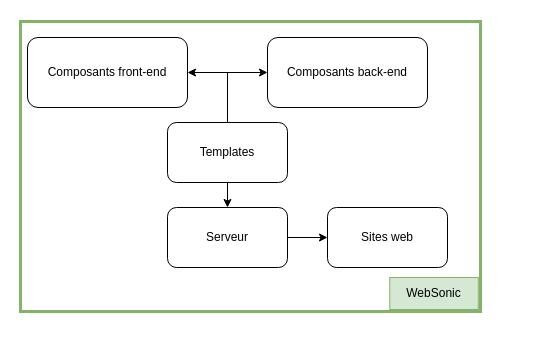
Above: WebSonic architecture base applicative.drawio in cjour/audit_logistics (draw.io), before the change. Source tidied: cells renumbered, new cells numbered last; positions are measured from the earlier drawing's top-left corner, leaving out a move shared by most shapes. Both pictures are drawn from the tidied source at 100%, with x=0, y=0 at pixel (17, 17).
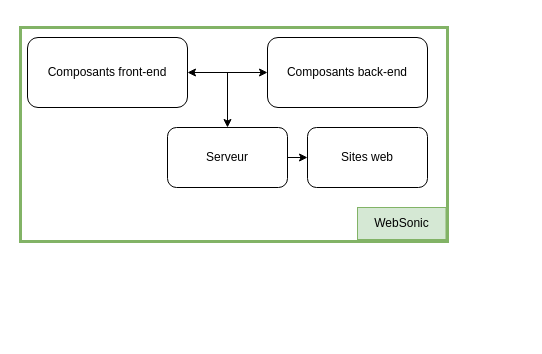
The same diagram, later.

Commit message (it also covers changes not shown here):
Mettre à jour WebSonic architecture base applicative.drawio

Change to the diagram source:
```diff
@@
 <mxGraphModel>
   <root>
     <mxCell id="0" />
     <mxCell id="1" parent="0" />
     <mxCell id="2" style="group;" parent="1" vertex="1">
       <mxGeometry width="507.2" height="320" as="geometry" />
     </mxCell>
     <mxCell id="3" style="rounded=0;whiteSpace=wrap;html=1;fillColor=none;strokeColor=#82b366;strokeWidth=3;" parent="2" vertex="1">
-      <mxGeometry x="3" y="4" width="460" height="290" as="geometry" />
+      <mxGeometry x="3" y="10" width="427" height="214" as="geometry" />
     </mxCell>
     <mxCell id="4" value="WebSonic" style="rounded=0;whiteSpace=wrap;html=1;fillColor=#d5e8d4;strokeColor=#82b366;" parent="2" vertex="1">
-      <mxGeometry x="372.3" y="260" width="88.5" height="32" as="geometry" />
+      <mxGeometry x="340" y="190" width="88.5" height="32" as="geometry" />
     </mxCell>
     <mxCell id="5" value="Sites web" style="rounded=1;whiteSpace=wrap;html=1;" parent="2" vertex="1">
-      <mxGeometry x="310" y="190" width="120" height="60" as="geometry" />
+      <mxGeometry x="290" y="110" width="120" height="60" as="geometry" />
     </mxCell>
     <mxCell id="6" value="Serveur" style="rounded=1;whiteSpace=wrap;html=1;" parent="2" vertex="1">
-      <mxGeometry x="150" y="190" width="120" height="60" as="geometry" />
+      <mxGeometry x="150" y="110" width="120" height="60" as="geometry" />
     </mxCell>
     <mxCell id="7" value="Composants front-end" style="rounded=1;whiteSpace=wrap;html=1;" parent="2" vertex="1">
       <mxGeometry x="10" y="20" width="160" height="70" as="geometry" />
     </mxCell>
     <mxCell id="8" value="Composants back-end" style="rounded=1;whiteSpace=wrap;html=1;" parent="2" vertex="1">
       <mxGeometry x="250" y="20" width="160" height="70" as="geometry" />
     </mxCell>
     <mxCell id="9" style="group;" parent="2" vertex="1">
       <mxGeometry x="210" y="55" height="50" as="geometry" />
     </mxCell>
     <mxCell id="10" style="endArrow=none;html=1;rounded=0;" parent="9" edge="1">
       <mxGeometry relative="1" as="geometry">
         <mxPoint y="50" as="sourcePoint" />
         <mxPoint as="targetPoint" />
       </mxGeometry>
     </mxCell>
-    <mxCell id="11" value="Templates" style="rounded=1;whiteSpace=wrap;html=1;" parent="2" vertex="1">
-      <mxGeometry x="150" y="105" width="120" height="60" as="geometry" />
-    </mxCell>
     <mxCell id="12" style="endArrow=classic;startArrow=classic;html=1;rounded=0;exitX=1;exitY=0.5;exitDx=0;exitDy=0;entryX=0;entryY=0.5;entryDx=0;entryDy=0;" parent="2" edge="1" source="7" target="8">
       <mxGeometry relative="1" as="geometry" />
     </mxCell>
     <mxCell id="13" style="endArrow=classic;html=1;rounded=0;exitX=1;exitY=0.5;exitDx=0;exitDy=0;entryX=0;entryY=0.5;entryDx=0;entryDy=0;" parent="2" edge="1" source="6" target="5">
       <mxGeometry relative="1" as="geometry" />
     </mxCell>
-    <mxCell id="14" style="endArrow=classic;html=1;rounded=0;exitX=0.5;exitY=1;exitDx=0;exitDy=0;" parent="1" edge="1" source="11">
+    <mxCell id="14" style="endArrow=classic;html=1;rounded=0;" parent="1" edge="1">
       <mxGeometry relative="1" as="geometry">
-        <mxPoint x="210" y="190" as="targetPoint" />
+        <mxPoint x="210" y="100" as="sourcePoint" />
+        <mxPoint x="210" y="110" as="targetPoint" />
       </mxGeometry>
     </mxCell>
   </root>
 </mxGraphModel>
```
